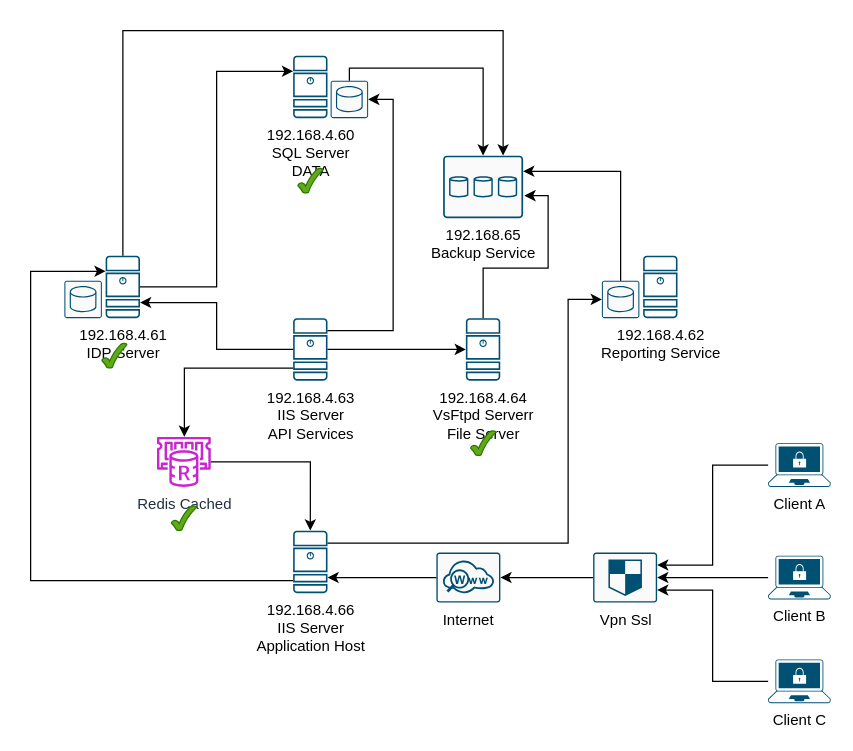
This is Untitled Diagram.drawio from osvcarign/charts, a draw.io file, before an edit. Source tidied: cells renumbered, new cells numbered last; positions are measured from the earlier drawing's top-left corner, leaving out a move shared by most shapes. Both pictures are drawn from the tidied source at 125%, with x=0, y=0 at pixel (30, 30).
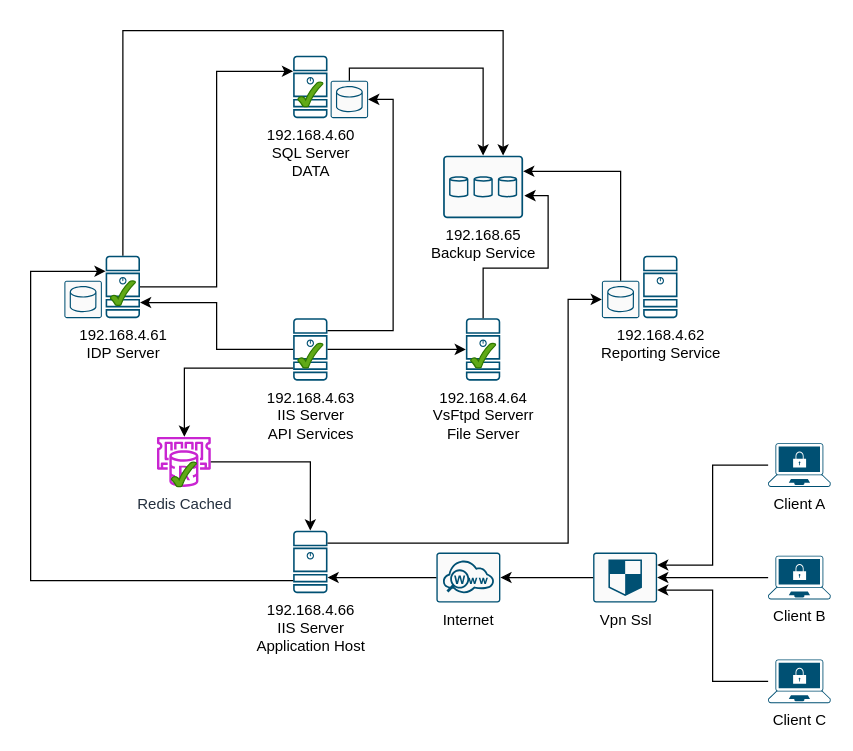
The same diagram, later.

Unchanged cells that the change refers to:
```xml
<mxCell id="2" style="group;" parent="1" vertex="1">
  <mxGeometry x="210" y="20" width="60" height="110" as="geometry" />
</mxCell>
<mxCell id="7" style="group;" parent="1" vertex="1">
  <mxGeometry x="30" y="180" width="57.5" height="90" as="geometry" />
</mxCell>
```

Change to the diagram source:
```diff
@@
     <mxCell id="5" style="verticalLabelPosition=bottom;verticalAlign=top;html=1;shape=mxgraph.basic.tick;fillColor=#60a917;strokeColor=#2D7600;fontColor=#ffffff;" parent="2" vertex="1">
-      <mxGeometry x="3.8" y="90" width="20" height="20" as="geometry" />
+      <mxGeometry x="3.8" y="21" width="20" height="20" as="geometry" />
     </mxCell>
@@
     <mxCell id="10" style="verticalLabelPosition=bottom;verticalAlign=top;html=1;shape=mxgraph.basic.tick;fillColor=#60a917;strokeColor=#2D7600;fontColor=#ffffff;" parent="7" vertex="1">
-      <mxGeometry x="27" y="70" width="20" height="20" as="geometry" />
+      <mxGeometry x="33.8" y="20" width="20" height="20" as="geometry" />
     </mxCell>
@@
     <mxCell id="40" style="verticalLabelPosition=bottom;verticalAlign=top;html=1;shape=mxgraph.basic.tick;fillColor=#60a917;strokeColor=#2D7600;fontColor=#ffffff;" parent="1" vertex="1">
-      <mxGeometry x="112.6" y="380" width="20" height="20" as="geometry" />
+      <mxGeometry x="112.6" y="345" width="20" height="20" as="geometry" />
     </mxCell>
     <mxCell id="41" style="verticalLabelPosition=bottom;verticalAlign=top;html=1;shape=mxgraph.basic.tick;fillColor=#60a917;strokeColor=#2D7600;fontColor=#ffffff;" parent="1" vertex="1">
-      <mxGeometry x="352" y="320" width="20" height="20" as="geometry" />
+      <mxGeometry x="352" y="250" width="20" height="20" as="geometry" />
     </mxCell>
+    <mxCell id="42" style="verticalLabelPosition=bottom;verticalAlign=top;html=1;shape=mxgraph.basic.tick;fillColor=#60a917;strokeColor=#2D7600;fontColor=#ffffff;" parent="1" vertex="1">
+      <mxGeometry x="213.8" y="250" width="20" height="20" as="geometry" />
+    </mxCell>
```
